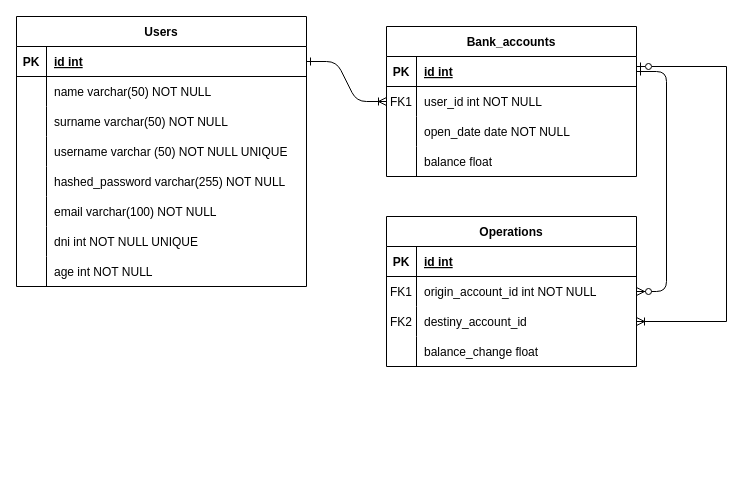
This is docs/erd_bank.drawio from tomaszbk/fastapi-bank-web-application, a draw.io file, before an edit. Source tidied: cells renumbered, new cells numbered last; positions are measured from the earlier drawing's top-left corner, leaving out a move shared by most shapes. Both pictures are drawn from the tidied source at 100%, with x=0, y=0 at pixel (16, 16).
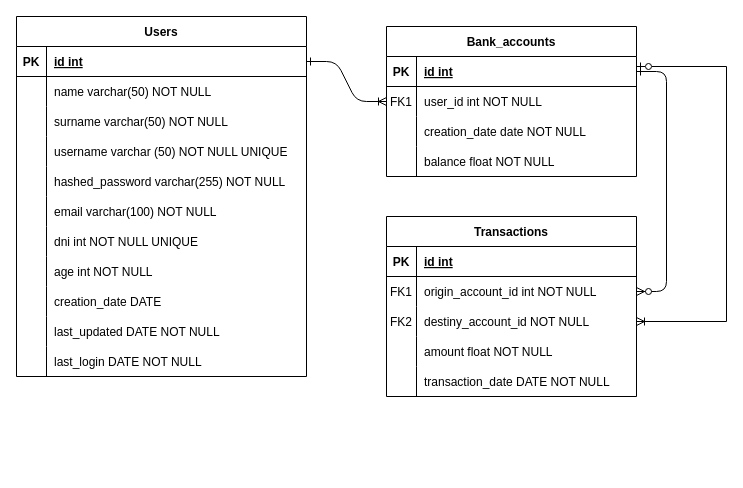
The same diagram, later.

Unchanged cells that the change refers to:
```xml
<mxCell id="11" style="shape=partialRectangle;fillColor=none;top=0;left=0;right=0;bottom=0;" parent="4" vertex="1">
  <mxGeometry y="90" width="250" height="30" as="geometry" />
</mxCell>
<mxCell id="14" style="shape=tableRow;horizontal=0;startSize=0;swimlaneHead=0;swimlaneBody=0;fillColor=none;top=0;left=0;right=0;bottom=0;" parent="4" vertex="1">
  <mxGeometry y="120" width="250" height="30" as="geometry" />
</mxCell>
<mxCell id="24" style="shape=tableRow;horizontal=0;startSize=0;swimlaneHead=0;swimlaneBody=0;fillColor=none;points=[[0,0.5],[1,0.5]];portConstraint=eastwest;top=0;left=0;right=0;bottom=0;" parent="17" vertex="1">
  <mxGeometry y="90" width="250" height="30" as="geometry" />
</mxCell>
<mxCell id="27" style="shape=tableRow;horizontal=0;startSize=0;swimlaneHead=0;swimlaneBody=0;fillColor=none;top=0;left=0;right=0;bottom=0;" parent="17" vertex="1">
  <mxGeometry y="120" width="250" height="30" as="geometry" />
</mxCell>
<mxCell id="55" style="shape=tableRow;horizontal=0;startSize=0;swimlaneHead=0;swimlaneBody=0;fillColor=none;top=0;left=0;right=0;bottom=0;" parent="1" vertex="1">
  <mxGeometry x="90" y="425" width="180" height="30" as="geometry" />
</mxCell>
```

Diff of the diagram source:
```diff
@@
-    <mxCell id="13" value="open_date date NOT NULL" style="shape=partialRectangle;overflow=hidden;fillColor=none;top=0;left=0;bottom=0;right=0;align=left;spacingLeft=6;" parent="11" vertex="1">
+    <mxCell id="13" value="creation_date date NOT NULL" style="shape=partialRectangle;overflow=hidden;fillColor=none;top=0;left=0;bottom=0;right=0;align=left;spacingLeft=6;" parent="11" vertex="1">
       <mxGeometry x="30" width="220" height="30" as="geometry" />
     </mxCell>
@@
-    <mxCell id="16" value="balance float" style="shape=partialRectangle;fillColor=none;top=0;left=0;bottom=0;right=0;align=left;spacingLeft=6;overflow=hidden;" parent="14" vertex="1">
+    <mxCell id="16" value="balance float NOT NULL" style="shape=partialRectangle;fillColor=none;top=0;left=0;bottom=0;right=0;align=left;spacingLeft=6;overflow=hidden;" parent="14" vertex="1">
       <mxGeometry x="30" width="220" height="30" as="geometry" />
     </mxCell>
-    <mxCell id="17" value="Operations" style="shape=table;startSize=30;childLayout=tableLayout;rowLines=0;fontStyle=1;align=center;" parent="1" vertex="1">
-      <mxGeometry x="370" y="200" width="250" height="150" as="geometry" />
+    <mxCell id="17" value="Transactions" style="shape=table;startSize=30;childLayout=tableLayout;rowLines=0;fontStyle=1;align=center;" parent="1" vertex="1">
+      <mxGeometry x="370" y="200" width="250" height="180" as="geometry" />
     </mxCell>
@@
-    <mxCell id="26" value="destiny_account_id" style="shape=partialRectangle;fillColor=none;top=0;left=0;bottom=0;right=0;align=left;spacingLeft=6;overflow=hidden;" parent="24" vertex="1">
+    <mxCell id="26" value="destiny_account_id NOT NULL" style="shape=partialRectangle;fillColor=none;top=0;left=0;bottom=0;right=0;align=left;spacingLeft=6;overflow=hidden;" parent="24" vertex="1">
       <mxGeometry x="30" width="220" height="30" as="geometry" />
     </mxCell>
@@
-    <mxCell id="29" value="balance_change float" style="shape=partialRectangle;fillColor=none;top=0;left=0;bottom=0;right=0;align=left;spacingLeft=6;overflow=hidden;" parent="27" vertex="1">
+    <mxCell id="29" value="amount float NOT NULL" style="shape=partialRectangle;fillColor=none;top=0;left=0;bottom=0;right=0;align=left;spacingLeft=6;overflow=hidden;" parent="27" vertex="1">
       <mxGeometry x="30" width="220" height="30" as="geometry" />
     </mxCell>
+    <mxCell id="58" style="shape=tableRow;horizontal=0;startSize=0;swimlaneHead=0;swimlaneBody=0;fillColor=none;top=0;left=0;right=0;bottom=0;" parent="17" vertex="1">
+      <mxGeometry y="150" width="250" height="30" as="geometry" />
+    </mxCell>
+    <mxCell id="59" style="shape=partialRectangle;fillColor=none;top=0;left=0;bottom=0;right=0;overflow=hidden;" parent="58" vertex="1">
+      <mxGeometry width="30" height="30" as="geometry" />
+    </mxCell>
+    <mxCell id="60" value="transaction_date DATE NOT NULL" style="shape=partialRectangle;fillColor=none;top=0;left=0;bottom=0;right=0;align=left;spacingLeft=6;overflow=hidden;" parent="58" vertex="1">
+      <mxGeometry x="30" width="220" height="30" as="geometry" />
+    </mxCell>
     <mxCell id="30" value="Users" style="shape=table;startSize=30;childLayout=tableLayout;rowLines=0;fontStyle=1;align=center;" parent="1" vertex="1">
-      <mxGeometry width="290" height="270" as="geometry" />
+      <mxGeometry width="290" height="360" as="geometry" />
     </mxCell>
@@
+    <mxCell id="61" style="shape=tableRow;horizontal=0;startSize=0;swimlaneHead=0;swimlaneBody=0;fillColor=none;top=0;left=0;right=0;bottom=0;" parent="30" vertex="1">
+      <mxGeometry y="270" width="290" height="30" as="geometry" />
+    </mxCell>
+    <mxCell id="62" style="shape=partialRectangle;fillColor=none;top=0;left=0;bottom=0;right=0;overflow=hidden;" parent="61" vertex="1">
+      <mxGeometry width="30" height="30" as="geometry" />
+    </mxCell>
+    <mxCell id="63" value="creation_date DATE" style="shape=partialRectangle;fillColor=none;top=0;left=0;bottom=0;right=0;align=left;spacingLeft=6;overflow=hidden;" parent="61" vertex="1">
+      <mxGeometry x="30" width="260" height="30" as="geometry" />
+    </mxCell>
+    <mxCell id="64" style="shape=tableRow;horizontal=0;startSize=0;swimlaneHead=0;swimlaneBody=0;fillColor=none;top=0;left=0;right=0;bottom=0;" parent="30" vertex="1">
+      <mxGeometry y="300" width="290" height="30" as="geometry" />
+    </mxCell>
+    <mxCell id="65" style="shape=partialRectangle;fillColor=none;top=0;left=0;bottom=0;right=0;overflow=hidden;" parent="64" vertex="1">
+      <mxGeometry width="30" height="30" as="geometry" />
+    </mxCell>
+    <mxCell id="66" value="last_updated DATE NOT NULL" style="shape=partialRectangle;fillColor=none;top=0;left=0;bottom=0;right=0;align=left;spacingLeft=6;overflow=hidden;" parent="64" vertex="1">
+      <mxGeometry x="30" width="260" height="30" as="geometry" />
+    </mxCell>
+    <mxCell id="67" style="shape=tableRow;horizontal=0;startSize=0;swimlaneHead=0;swimlaneBody=0;fillColor=none;top=0;left=0;right=0;bottom=0;" parent="30" vertex="1">
+      <mxGeometry y="330" width="290" height="30" as="geometry" />
+    </mxCell>
+    <mxCell id="68" style="shape=partialRectangle;fillColor=none;top=0;left=0;bottom=0;right=0;overflow=hidden;" parent="67" vertex="1">
+      <mxGeometry width="30" height="30" as="geometry" />
+    </mxCell>
+    <mxCell id="69" value="last_login DATE NOT NULL" style="shape=partialRectangle;fillColor=none;top=0;left=0;bottom=0;right=0;align=left;spacingLeft=6;overflow=hidden;" parent="67" vertex="1">
+      <mxGeometry x="30" width="260" height="30" as="geometry" />
+    </mxCell>
@@
-    <mxCell id="56" style="shape=partialRectangle;fillColor=none;top=0;left=0;bottom=0;right=0;overflow=hidden;whiteSpace=wrap;html=1;" parent="55" vertex="1">
-      <mxGeometry width="30" height="30" as="geometry" />
-    </mxCell>
```
